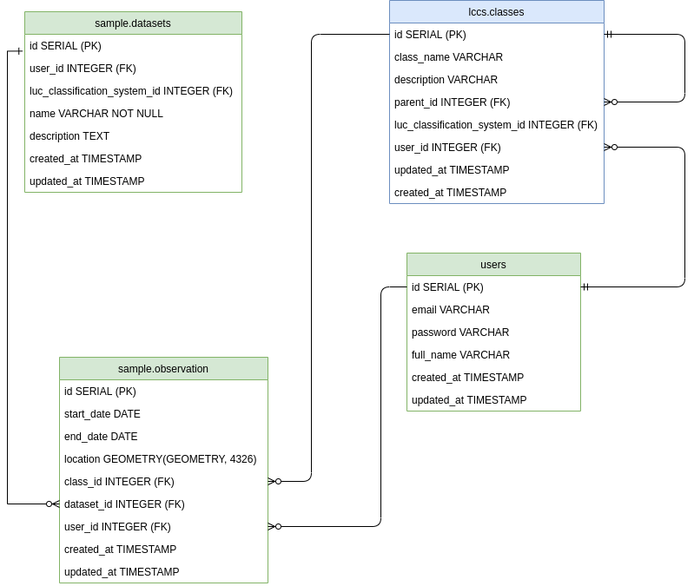
Before: doc/model/db-schema.png, a diagram exported from draw.io (brazil-data-cube/sample-db). Source tidied: cells renumbered, new cells last; positions are measured from the earlier drawing's top-left corner, leaving out a move shared by most shapes.
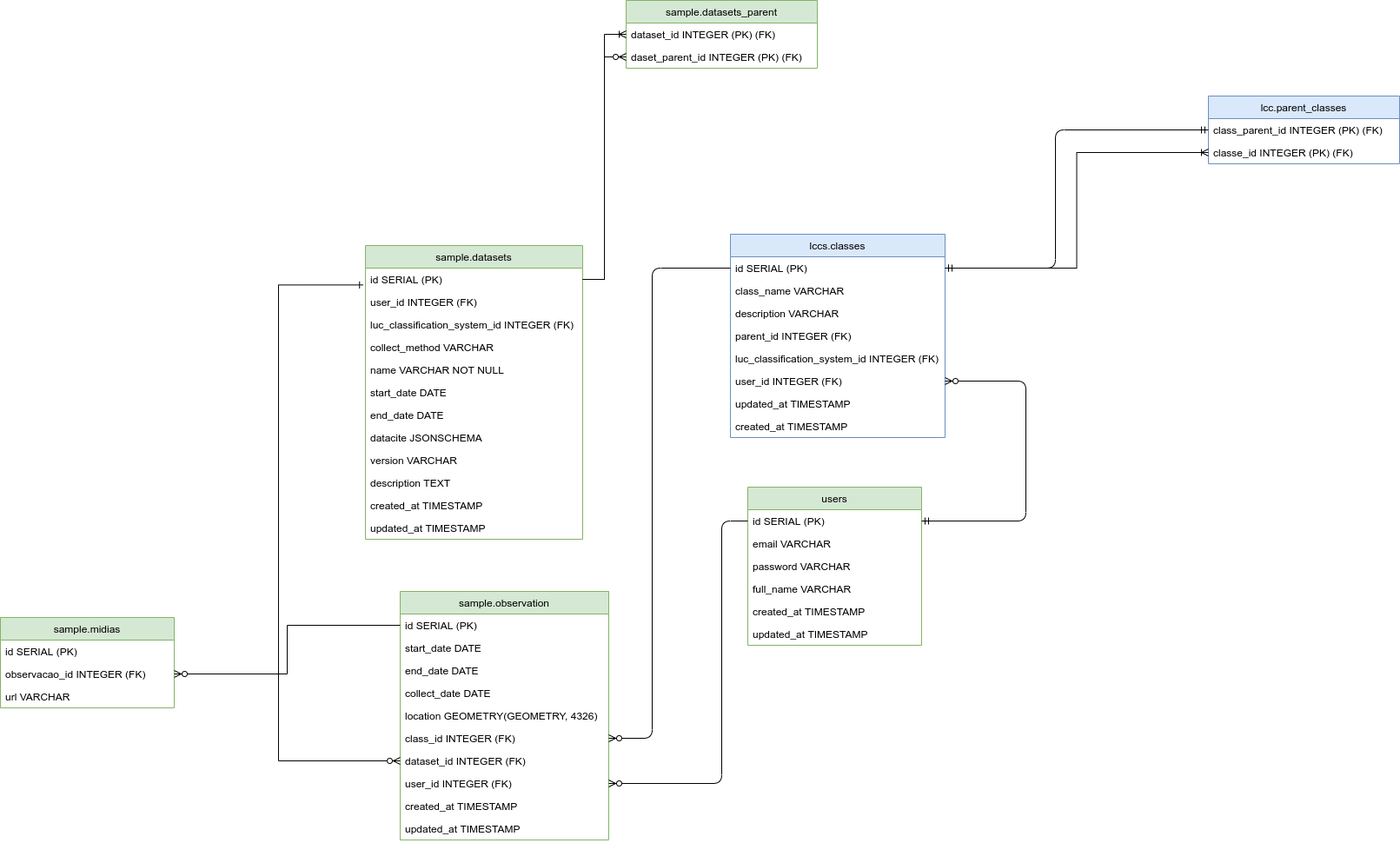
After the commit.

The edit, as a diff of the source:
```diff
@@ -29,14 +29,6 @@
     <mxCell id="10" value="created_at TIMESTAMP&#10;" style="text;strokeColor=none;fillColor=none;align=left;verticalAlign=top;spacingLeft=4;spacingRight=4;overflow=hidden;" parent="2" vertex="1">
       <mxGeometry y="208" width="247" height="26" as="geometry" />
     </mxCell>
-    <mxCell id="11" style="edgeStyle=orthogonalEdgeStyle;fontSize=12;html=1;endArrow=ERzeroToMany;startArrow=ERmandOne;entryX=1;entryY=0.5;entryDx=0;entryDy=0;exitX=1;exitY=0.5;exitDx=0;exitDy=0;endFill=1;" parent="2" edge="1" source="3" target="2">
-      <mxGeometry relative="1" as="geometry">
-        <Array as="points">
-          <mxPoint x="340" y="39" />
-          <mxPoint x="340" y="117" />
-        </Array>
-      </mxGeometry>
-    </mxCell>
     <mxCell id="12" value="users" style="swimlane;fontStyle=0;horizontal=1;startSize=26;fillColor=#d5e8d4;labelBackgroundColor=none;strokeColor=#82b366;" parent="1" vertex="1">
       <mxGeometry x="460" y="291" width="200" height="182" as="geometry" />
     </mxCell>
@@ -59,7 +51,7 @@
       <mxGeometry y="156" width="200" height="26" as="geometry" />
     </mxCell>
     <mxCell id="19" value="sample.observation" style="swimlane;fontStyle=0;horizontal=1;startSize=26;fillColor=#d5e8d4;labelBackgroundColor=none;strokeColor=#82b366;" parent="1" vertex="1">
-      <mxGeometry x="60" y="411" width="240" height="260" as="geometry" />
+      <mxGeometry x="60" y="411" width="240" height="286" as="geometry" />
     </mxCell>
     <mxCell id="20" value="id SERIAL (PK)" style="text;strokeColor=none;fillColor=none;align=left;verticalAlign=top;spacingLeft=4;spacingRight=4;overflow=hidden;points=[[0,0.5],[1,0.5]];portConstraint=eastwest;" parent="19" vertex="1">
       <mxGeometry y="26" width="240" height="26" as="geometry" />
@@ -70,23 +62,26 @@
     <mxCell id="22" value="end_date DATE&#10;" style="text;strokeColor=none;fillColor=none;align=left;verticalAlign=top;spacingLeft=4;spacingRight=4;overflow=hidden;" parent="19" vertex="1">
       <mxGeometry y="78" width="240" height="26" as="geometry" />
     </mxCell>
+    <mxCell id="41" value="collect_date DATE&#10;" style="text;strokeColor=none;fillColor=none;align=left;verticalAlign=top;spacingLeft=4;spacingRight=4;overflow=hidden;" parent="19" vertex="1">
+      <mxGeometry y="104" width="240" height="26" as="geometry" />
+    </mxCell>
     <mxCell id="23" value="location GEOMETRY(GEOMETRY, 4326)&#10;" style="text;strokeColor=none;fillColor=none;align=left;verticalAlign=top;spacingLeft=4;spacingRight=4;overflow=hidden;" parent="19" vertex="1">
-      <mxGeometry y="104" width="240" height="26" as="geometry" />
+      <mxGeometry y="130" width="240" height="26" as="geometry" />
     </mxCell>
     <mxCell id="24" value="class_id INTEGER (FK)" style="text;strokeColor=none;fillColor=none;align=left;verticalAlign=top;spacingLeft=4;spacingRight=4;overflow=hidden;points=[[0,0.5],[1,0.5]];portConstraint=eastwest;" parent="19" vertex="1">
-      <mxGeometry y="130" width="240" height="26" as="geometry" />
+      <mxGeometry y="156" width="240" height="26" as="geometry" />
     </mxCell>
     <mxCell id="25" value="dataset_id INTEGER (FK)" style="text;strokeColor=none;fillColor=none;align=left;verticalAlign=top;spacingLeft=4;spacingRight=4;overflow=hidden;points=[[0,0.5],[1,0.5]];portConstraint=eastwest;" parent="19" vertex="1">
-      <mxGeometry y="156" width="240" height="26" as="geometry" />
+      <mxGeometry y="182" width="240" height="26" as="geometry" />
     </mxCell>
     <mxCell id="26" value="user_id INTEGER (FK)&#10;" style="text;strokeColor=none;fillColor=none;align=left;verticalAlign=top;spacingLeft=4;spacingRight=4;overflow=hidden;points=[[0,0.5],[1,0.5]];portConstraint=eastwest;" parent="19" vertex="1">
-      <mxGeometry y="182" width="240" height="26" as="geometry" />
+      <mxGeometry y="208" width="240" height="26" as="geometry" />
     </mxCell>
     <mxCell id="27" value="created_at TIMESTAMP" style="text;strokeColor=none;fillColor=none;align=left;verticalAlign=top;spacingLeft=4;spacingRight=4;overflow=hidden;" parent="19" vertex="1">
-      <mxGeometry y="208" width="240" height="26" as="geometry" />
+      <mxGeometry y="234" width="240" height="26" as="geometry" />
     </mxCell>
     <mxCell id="28" value="updated_at TIMESTAMP" style="text;strokeColor=none;fillColor=none;align=left;verticalAlign=top;spacingLeft=4;spacingRight=4;overflow=hidden;" parent="19" vertex="1">
-      <mxGeometry y="234" width="240" height="26" as="geometry" />
+      <mxGeometry y="260" width="240" height="26" as="geometry" />
     </mxCell>
     <mxCell id="29" style="edgeStyle=elbowEdgeStyle;fontSize=12;html=1;endArrow=ERzeroToMany;exitX=1;exitY=0.5;exitDx=0;exitDy=0;entryX=1;entryY=0.5;entryDx=0;entryDy=0;startArrow=ERmandOne;startFill=0;endFill=1;" parent="1" edge="1" source="13" target="8">
       <mxGeometry relative="1" as="geometry">
@@ -112,7 +107,7 @@
       </mxGeometry>
     </mxCell>
     <mxCell id="32" value="sample.datasets" style="swimlane;fontStyle=0;horizontal=1;startSize=26;fillColor=#d5e8d4;labelBackgroundColor=none;strokeColor=#82b366;" parent="1" vertex="1">
-      <mxGeometry x="20" y="13" width="250" height="208" as="geometry" />
+      <mxGeometry x="20" y="13" width="250" height="338" as="geometry" />
     </mxCell>
     <mxCell id="33" value="id SERIAL (PK)" style="text;strokeColor=none;fillColor=none;align=left;verticalAlign=top;spacingLeft=4;spacingRight=4;overflow=hidden;points=[[0,0.5],[1,0.5]];portConstraint=eastwest;" parent="32" vertex="1">
       <mxGeometry y="26" width="250" height="26" as="geometry" />
@@ -123,25 +118,90 @@
     <mxCell id="35" value="luc_classification_system_id INTEGER (FK)" style="text;strokeColor=none;fillColor=none;align=left;verticalAlign=top;spacingLeft=4;spacingRight=4;overflow=hidden;" parent="32" vertex="1">
       <mxGeometry y="78" width="250" height="26" as="geometry" />
     </mxCell>
+    <mxCell id="42" value="collect_method VARCHAR" style="text;strokeColor=none;fillColor=none;align=left;verticalAlign=top;spacingLeft=4;spacingRight=4;overflow=hidden;" parent="32" vertex="1">
+      <mxGeometry y="104" width="250" height="26" as="geometry" />
+    </mxCell>
     <mxCell id="36" value="name VARCHAR NOT NULL" style="text;strokeColor=none;fillColor=none;align=left;verticalAlign=top;spacingLeft=4;spacingRight=4;overflow=hidden;" parent="32" vertex="1">
-      <mxGeometry y="104" width="250" height="26" as="geometry" />
+      <mxGeometry y="130" width="250" height="26" as="geometry" />
     </mxCell>
+    <mxCell id="43" value="start_date DATE" style="text;strokeColor=none;fillColor=none;align=left;verticalAlign=top;spacingLeft=4;spacingRight=4;overflow=hidden;" parent="32" vertex="1">
+      <mxGeometry y="156" width="250" height="26" as="geometry" />
+    </mxCell>
+    <mxCell id="44" value="end_date DATE&#10;" style="text;strokeColor=none;fillColor=none;align=left;verticalAlign=top;spacingLeft=4;spacingRight=4;overflow=hidden;" parent="32" vertex="1">
+      <mxGeometry y="182" width="250" height="26" as="geometry" />
+    </mxCell>
+    <mxCell id="45" value="datacite JSONSCHEMA" style="text;strokeColor=none;fillColor=none;align=left;verticalAlign=top;spacingLeft=4;spacingRight=4;overflow=hidden;" parent="32" vertex="1">
+      <mxGeometry y="208" width="250" height="26" as="geometry" />
+    </mxCell>
+    <mxCell id="46" value="version VARCHAR" style="text;strokeColor=none;fillColor=none;align=left;verticalAlign=top;spacingLeft=4;spacingRight=4;overflow=hidden;" parent="32" vertex="1">
+      <mxGeometry y="234" width="250" height="26" as="geometry" />
+    </mxCell>
     <mxCell id="37" value="description TEXT" style="text;strokeColor=none;fillColor=none;align=left;verticalAlign=top;spacingLeft=4;spacingRight=4;overflow=hidden;" parent="32" vertex="1">
-      <mxGeometry y="130" width="250" height="26" as="geometry" />
+      <mxGeometry y="260" width="250" height="26" as="geometry" />
     </mxCell>
     <mxCell id="38" value="created_at TIMESTAMP" style="text;strokeColor=none;fillColor=none;align=left;verticalAlign=top;spacingLeft=4;spacingRight=4;overflow=hidden;" parent="32" vertex="1">
-      <mxGeometry y="156" width="250" height="26" as="geometry" />
+      <mxGeometry y="286" width="250" height="26" as="geometry" />
     </mxCell>
     <mxCell id="39" value="updated_at TIMESTAMP" style="text;strokeColor=none;fillColor=none;align=left;verticalAlign=top;spacingLeft=4;spacingRight=4;overflow=hidden;" parent="32" vertex="1">
-      <mxGeometry y="182" width="250" height="26" as="geometry" />
+      <mxGeometry y="312" width="250" height="26" as="geometry" />
     </mxCell>
-    <mxCell id="40" style="edgeStyle=orthogonalEdgeStyle;rounded=0;jettySize=auto;html=1;endArrow=ERzeroToMany;endFill=1;startArrow=ERone;startFill=0;exitX=-0.011;exitY=0.745;exitDx=0;exitDy=0;exitPerimeter=0;" parent="1" edge="1" source="33" target="25">
+    <mxCell id="40" style="edgeStyle=orthogonalEdgeStyle;rounded=0;jettySize=auto;html=1;endArrow=ERzeroToMany;endFill=1;startArrow=ERone;startFill=0;exitX=-0.011;exitY=0.745;exitDx=0;exitDy=0;exitPerimeter=0;entryX=0;entryY=0.5;entryDx=0;entryDy=0;" parent="1" edge="1" source="33" target="25">
       <mxGeometry relative="1" as="geometry">
         <Array as="points">
-          <mxPoint y="58" />
-          <mxPoint y="580" />
+          <mxPoint x="-80" y="58" />
+          <mxPoint x="-80" y="606" />
         </Array>
       </mxGeometry>
     </mxCell>
+    <mxCell id="47" value="sample.midias" style="swimlane;fontStyle=0;horizontal=1;startSize=26;fillColor=#d5e8d4;labelBackgroundColor=none;strokeColor=#82b366;" parent="1" vertex="1">
+      <mxGeometry x="-400" y="441" width="200" height="104" as="geometry" />
+    </mxCell>
+    <mxCell id="48" value="id SERIAL (PK)" style="text;strokeColor=none;fillColor=none;align=left;verticalAlign=top;spacingLeft=4;spacingRight=4;overflow=hidden;" parent="47" vertex="1">
+      <mxGeometry y="26" width="200" height="26" as="geometry" />
+    </mxCell>
+    <mxCell id="49" value="observacao_id INTEGER (FK)" style="text;strokeColor=none;fillColor=none;align=left;verticalAlign=top;spacingLeft=4;spacingRight=4;overflow=hidden;points=[[0,0.5],[1,0.5]];portConstraint=eastwest;" parent="47" vertex="1">
+      <mxGeometry y="52" width="200" height="26" as="geometry" />
+    </mxCell>
+    <mxCell id="50" value="url VARCHAR" style="text;strokeColor=none;fillColor=none;align=left;verticalAlign=top;spacingLeft=4;spacingRight=4;overflow=hidden;" parent="47" vertex="1">
+      <mxGeometry y="78" width="200" height="26" as="geometry" />
+    </mxCell>
+    <mxCell id="51" value="sample.datasets_parent" style="swimlane;fontStyle=0;horizontal=1;startSize=26;fillColor=#d5e8d4;labelBackgroundColor=none;strokeColor=#82b366;" parent="1" vertex="1">
+      <mxGeometry x="320" y="-269" width="220" height="78" as="geometry" />
+    </mxCell>
+    <mxCell id="52" value="dataset_id INTEGER (PK) (FK)" style="text;strokeColor=none;fillColor=none;align=left;verticalAlign=top;spacingLeft=4;spacingRight=4;overflow=hidden;points=[[0,0.5],[1,0.5]];portConstraint=eastwest;" parent="51" vertex="1">
+      <mxGeometry y="26" width="220" height="26" as="geometry" />
+    </mxCell>
+    <mxCell id="53" value="daset_parent_id INTEGER (PK) (FK)" style="text;strokeColor=none;fillColor=none;align=left;verticalAlign=top;spacingLeft=4;spacingRight=4;overflow=hidden;points=[[0,0.5],[1,0.5]];portConstraint=eastwest;" parent="51" vertex="1">
+      <mxGeometry y="52" width="220" height="26" as="geometry" />
+    </mxCell>
+    <mxCell id="54" value="lcc.parent_classes" style="swimlane;fontStyle=0;horizontal=1;startSize=26;fillColor=#dae8fc;labelBackgroundColor=none;strokeColor=#6c8ebf;" parent="1" vertex="1">
+      <mxGeometry x="990" y="-159" width="220" height="78" as="geometry" />
+    </mxCell>
+    <mxCell id="55" value="class_parent_id INTEGER (PK) (FK)" style="text;strokeColor=none;fillColor=none;align=left;verticalAlign=top;spacingLeft=4;spacingRight=4;overflow=hidden;points=[[0,0.5],[1,0.5]];portConstraint=eastwest;" parent="54" vertex="1">
+      <mxGeometry y="26" width="220" height="26" as="geometry" />
+    </mxCell>
+    <mxCell id="56" value="classe_id INTEGER (PK) (FK)" style="text;strokeColor=none;fillColor=none;align=left;verticalAlign=top;spacingLeft=4;spacingRight=4;overflow=hidden;points=[[0,0.5],[1,0.5]];portConstraint=eastwest;" parent="54" vertex="1">
+      <mxGeometry y="52" width="220" height="26" as="geometry" />
+    </mxCell>
+    <mxCell id="11" style="edgeStyle=orthogonalEdgeStyle;fontSize=12;html=1;endArrow=ERmandOne;startArrow=ERmandOne;exitX=1;exitY=0.5;exitDx=0;exitDy=0;endFill=0;entryX=0;entryY=0.5;entryDx=0;entryDy=0;" parent="1" edge="1" source="3" target="55">
+      <mxGeometry relative="1" as="geometry">
+        <Array as="points">
+          <mxPoint x="814" y="39" />
+          <mxPoint x="814" y="-120" />
+        </Array>
+      </mxGeometry>
+    </mxCell>
+    <mxCell id="57" style="rounded=0;jettySize=auto;html=1;exitX=1;exitY=0.5;exitDx=0;exitDy=0;startArrow=ERone;startFill=0;endArrow=ERoneToMany;endFill=0;entryX=0;entryY=0.5;entryDx=0;entryDy=0;edgeStyle=orthogonalEdgeStyle;" parent="1" edge="1" source="3" target="56">
+      <mxGeometry relative="1" as="geometry" />
+    </mxCell>
+    <mxCell id="58" style="edgeStyle=orthogonalEdgeStyle;rounded=0;jettySize=auto;html=1;exitX=1;exitY=0.5;exitDx=0;exitDy=0;entryX=0;entryY=0.5;entryDx=0;entryDy=0;startArrow=none;startFill=0;endArrow=ERoneToMany;endFill=0;" parent="1" edge="1" source="33" target="52">
+      <mxGeometry relative="1" as="geometry" />
+    </mxCell>
+    <mxCell id="59" style="edgeStyle=orthogonalEdgeStyle;rounded=0;jettySize=auto;html=1;exitX=1;exitY=0.5;exitDx=0;exitDy=0;entryX=0;entryY=0.5;entryDx=0;entryDy=0;startArrow=none;startFill=0;endArrow=ERzeroToMany;endFill=1;" parent="1" edge="1" source="33" target="53">
+      <mxGeometry relative="1" as="geometry" />
+    </mxCell>
+    <mxCell id="60" style="edgeStyle=orthogonalEdgeStyle;rounded=0;jettySize=auto;html=1;exitX=0;exitY=0.5;exitDx=0;exitDy=0;entryX=1;entryY=0.5;entryDx=0;entryDy=0;startArrow=none;startFill=0;endArrow=ERzeroToMany;endFill=1;" parent="1" edge="1" source="20" target="49">
+      <mxGeometry relative="1" as="geometry" />
+    </mxCell>
   </root>
 </mxGraphModel>
```
